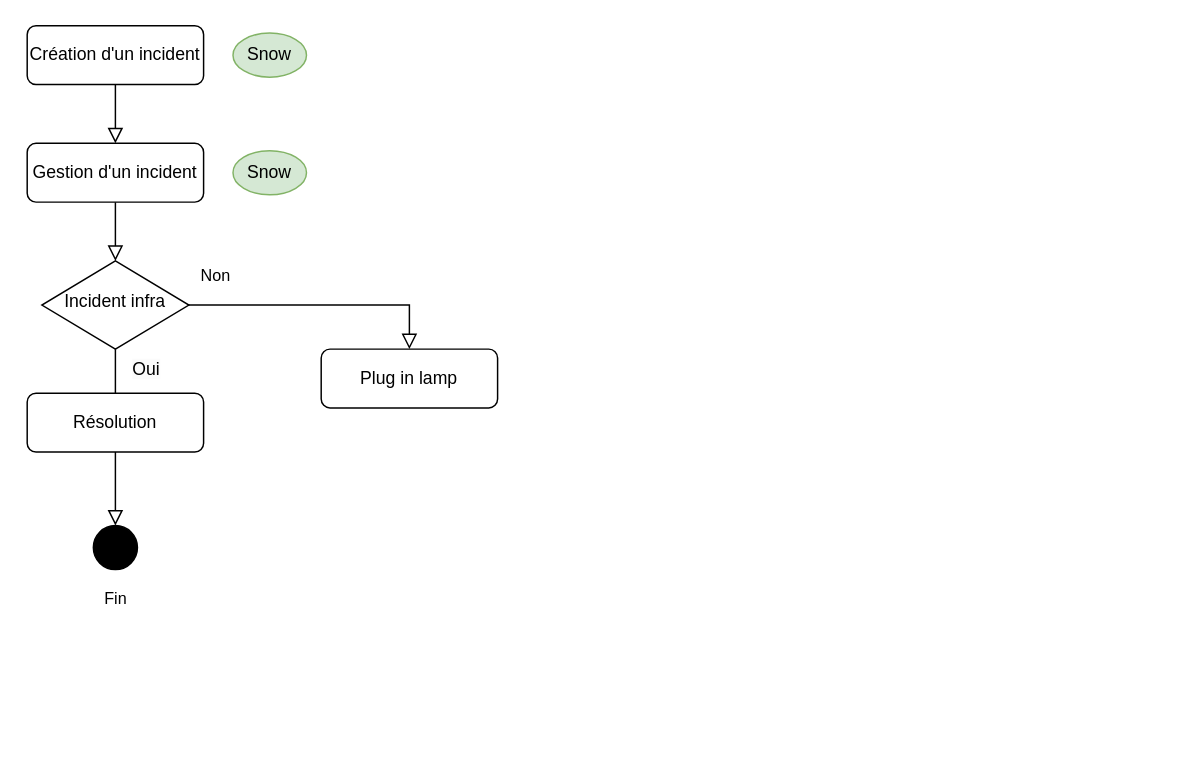
This is diagrammes/Diagramme incident.drawio from mfaurel/drawio, a draw.io file, before an edit. Source tidied: cells renumbered, new cells numbered last; positions are measured from the earlier drawing's top-left corner, leaving out a move shared by most shapes. Both pictures are drawn from the tidied source at 147%, with x=0, y=0 at pixel (26, 25).
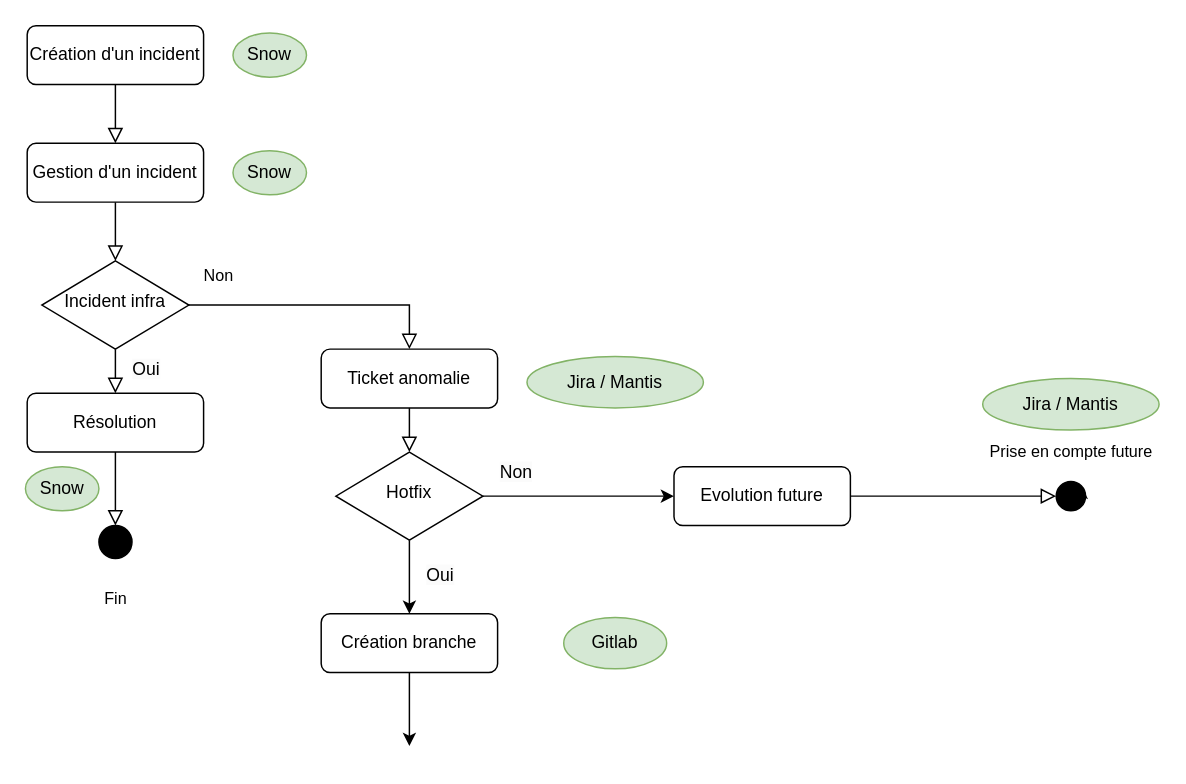
After the change.

Commit message:
Mettre à jour Diagramme incident.drawio

The change refers to these unchanged cells:
```xml
<mxCell id="6" value="Incident infra" style="rhombus;whiteSpace=wrap;html=1;shadow=0;fontFamily=Helvetica;fontSize=12;align=center;strokeWidth=1;spacing=6;spacingTop=-4;" parent="1" vertex="1">
  <mxGeometry x="10" y="160" width="100" height="60" as="geometry" />
</mxCell>
<mxCell id="13" value="Résolution" style="rounded=1;whiteSpace=wrap;html=1;fontSize=12;glass=0;strokeWidth=1;shadow=0;" parent="1" vertex="1">
  <mxGeometry y="250" width="120" height="40" as="geometry" />
</mxCell>
```

What changed in the source:
```diff
@@
-    <mxCell id="4" style="rounded=0;html=1;jettySize=auto;fontSize=11;endArrow=block;endFill=0;endSize=8;strokeWidth=1;shadow=0;labelBackgroundColor=none;edgeStyle=orthogonalEdgeStyle;" parent="1" edge="1" source="6">
-      <mxGeometry x="-1" y="10" relative="1" as="geometry">
-        <mxPoint x="60" y="280" as="targetPoint" />
-      </mxGeometry>
+    <mxCell id="4" style="rounded=0;html=1;jettySize=auto;fontSize=11;endArrow=block;endFill=0;endSize=8;strokeWidth=1;shadow=0;labelBackgroundColor=none;edgeStyle=orthogonalEdgeStyle;entryX=0.5;entryY=0;entryDx=0;entryDy=0;" parent="1" edge="1" source="6" target="13">
+      <mxGeometry x="-1" y="10" relative="1" as="geometry" />
     </mxCell>
     <mxCell id="5" value="Non" style="edgeStyle=orthogonalEdgeStyle;rounded=0;html=1;jettySize=auto;fontSize=11;endArrow=block;endFill=0;endSize=8;strokeWidth=1;shadow=0;labelBackgroundColor=none;entryX=0.5;entryY=0;entryDx=0;entryDy=0;" parent="1" edge="1" source="6" target="7">
-      <mxGeometry x="-0.8" y="20" relative="1" as="geometry">
+      <mxGeometry x="-0.78" y="20" relative="1" as="geometry">
         <Array as="points">
           <mxPoint x="260" y="190" />
         </Array>
       </mxGeometry>
     </mxCell>
@@
-    <mxCell id="7" value="Plug in lamp" style="rounded=1;whiteSpace=wrap;html=1;fontSize=12;glass=0;strokeWidth=1;shadow=0;" parent="1" vertex="1">
+    <mxCell id="7" value="Ticket anomalie" style="rounded=1;whiteSpace=wrap;html=1;fontSize=12;glass=0;strokeWidth=1;shadow=0;" parent="1" vertex="1">
       <mxGeometry x="200" y="220" width="120" height="40" as="geometry" />
     </mxCell>
@@
     <mxCell id="11" style="ellipse;whiteSpace=wrap;html=1;fillColor=#000000;" parent="1" vertex="1">
-      <mxGeometry x="45" y="340" width="30" height="30" as="geometry" />
+      <mxGeometry x="48.8" y="340" width="22.5" height="22.5" as="geometry" />
     </mxCell>
@@
+    <mxCell id="16" value="Jira / Mantis" style="ellipse;whiteSpace=wrap;html=1;fillColor=#d5e8d4;strokeColor=#82b366;" parent="1" vertex="1">
+      <mxGeometry x="340" y="225" width="120" height="35" as="geometry" />
+    </mxCell>
+    <mxCell id="17" style="edgeStyle=orthogonalEdgeStyle;rounded=0;jettySize=auto;html=1;exitX=0.5;exitY=1;exitDx=0;exitDy=0;" parent="1" edge="1" source="19">
+      <mxGeometry relative="1" as="geometry">
+        <mxPoint x="260" y="400" as="targetPoint" />
+      </mxGeometry>
+    </mxCell>
+    <mxCell id="18" style="edgeStyle=orthogonalEdgeStyle;rounded=0;jettySize=auto;html=1;exitX=1;exitY=0.5;exitDx=0;exitDy=0;" parent="1" edge="1" source="19">
+      <mxGeometry relative="1" as="geometry">
+        <mxPoint x="440" y="320" as="targetPoint" />
+      </mxGeometry>
+    </mxCell>
+    <mxCell id="19" value="Hotfix" style="rhombus;whiteSpace=wrap;html=1;shadow=0;fontFamily=Helvetica;fontSize=12;align=center;strokeWidth=1;spacing=6;spacingTop=-4;" parent="1" vertex="1">
+      <mxGeometry x="210" y="290" width="100" height="60" as="geometry" />
+    </mxCell>
+    <mxCell id="20" style="rounded=0;html=1;jettySize=auto;fontSize=11;endArrow=block;endFill=0;endSize=8;strokeWidth=1;shadow=0;labelBackgroundColor=none;edgeStyle=orthogonalEdgeStyle;exitX=0.5;exitY=1;exitDx=0;exitDy=0;entryX=0.5;entryY=0;entryDx=0;entryDy=0;" parent="1" edge="1" source="7" target="19">
+      <mxGeometry x="-1" y="10" relative="1" as="geometry" />
+    </mxCell>
+    <mxCell id="21" value="&lt;span style=&quot;color: rgb(0, 0, 0); font-family: Helvetica; font-style: normal; font-variant-ligatures: normal; font-variant-caps: normal; font-weight: 400; letter-spacing: normal; orphans: 2; text-align: center; text-indent: 0px; text-transform: none; widows: 2; word-spacing: 0px; -webkit-text-stroke-width: 0px; background-color: rgb(251, 251, 251); text-decoration-thickness: initial; text-decoration-style: initial; text-decoration-color: initial; float: none; display: inline !important;&quot;&gt;&lt;font style=&quot;font-size: 12px;&quot;&gt;Oui&lt;/font&gt;&lt;/span&gt;" style="text;whiteSpace=wrap;html=1;strokeColor=none;rounded=1;arcSize=0;" parent="1" vertex="1">
+      <mxGeometry x="270" y="360" width="20" height="20" as="geometry" />
+    </mxCell>
+    <mxCell id="22" value="&lt;span style=&quot;color: rgb(0, 0, 0); font-family: Helvetica; font-style: normal; font-variant-ligatures: normal; font-variant-caps: normal; font-weight: 400; letter-spacing: normal; orphans: 2; text-align: center; text-indent: 0px; text-transform: none; widows: 2; word-spacing: 0px; -webkit-text-stroke-width: 0px; background-color: rgb(251, 251, 251); text-decoration-thickness: initial; text-decoration-style: initial; text-decoration-color: initial; float: none; display: inline !important;&quot;&gt;&lt;font style=&quot;font-size: 12px;&quot;&gt;Non&lt;/font&gt;&lt;/span&gt;" style="text;whiteSpace=wrap;html=1;strokeColor=none;rounded=1;arcSize=0;" parent="1" vertex="1">
+      <mxGeometry x="320" y="290" width="20" height="20" as="geometry" />
+    </mxCell>
+    <mxCell id="23" value="Evolution future" style="rounded=1;whiteSpace=wrap;html=1;fontSize=12;glass=0;strokeWidth=1;shadow=0;" parent="1" vertex="1">
+      <mxGeometry x="440" y="300" width="120" height="40" as="geometry" />
+    </mxCell>
+    <mxCell id="24" value="Prise en compte future" style="rounded=0;html=1;jettySize=auto;fontSize=11;endArrow=block;endFill=0;endSize=8;strokeWidth=1;shadow=0;labelBackgroundColor=none;edgeStyle=orthogonalEdgeStyle;exitX=1;exitY=0.5;exitDx=0;exitDy=0;entryX=0;entryY=0.5;entryDx=0;entryDy=0;" parent="1" edge="1" source="23" target="25">
+      <mxGeometry x="1" y="32" relative="1" as="geometry">
+        <mxPoint x="10" y="2" as="offset" />
+      </mxGeometry>
+    </mxCell>
+    <mxCell id="25" style="ellipse;whiteSpace=wrap;html=1;fillColor=#000000;" parent="1" vertex="1">
+      <mxGeometry x="700" y="310" width="20" height="20" as="geometry" />
+    </mxCell>
+    <mxCell id="26" style="edgeStyle=orthogonalEdgeStyle;rounded=0;orthogonalLoop=1;jettySize=auto;html=1;exitX=1;exitY=1;exitDx=0;exitDy=0;entryX=1;entryY=0;entryDx=0;entryDy=0;" parent="1" edge="1" source="25" target="25">
+      <mxGeometry relative="1" as="geometry" />
+    </mxCell>
+    <mxCell id="27" value="Jira / Mantis" style="ellipse;whiteSpace=wrap;html=1;fillColor=#d5e8d4;strokeColor=#82b366;" parent="1" vertex="1">
+      <mxGeometry x="650" y="240" width="120" height="35" as="geometry" />
+    </mxCell>
+    <mxCell id="28" value="Snow" style="ellipse;whiteSpace=wrap;html=1;fillColor=#d5e8d4;strokeColor=#82b366;" parent="1" vertex="1">
+      <mxGeometry x="-1.2" y="300" width="50" height="30" as="geometry" />
+    </mxCell>
+    <mxCell id="29" value="Création branche" style="rounded=1;whiteSpace=wrap;html=1;fontSize=12;glass=0;strokeWidth=1;shadow=0;" parent="1" vertex="1">
+      <mxGeometry x="200" y="400" width="120" height="40" as="geometry" />
+    </mxCell>
+    <mxCell id="30" style="edgeStyle=orthogonalEdgeStyle;rounded=0;orthogonalLoop=1;jettySize=auto;html=1;exitX=0.5;exitY=1;exitDx=0;exitDy=0;" parent="1" edge="1">
+      <mxGeometry relative="1" as="geometry">
+        <mxPoint x="260" y="440" as="sourcePoint" />
+        <mxPoint x="260" y="490" as="targetPoint" />
+      </mxGeometry>
+    </mxCell>
+    <mxCell id="31" value="Gitlab" style="ellipse;whiteSpace=wrap;html=1;fillColor=#d5e8d4;strokeColor=#82b366;" parent="1" vertex="1">
+      <mxGeometry x="365" y="402.5" width="70" height="35" as="geometry" />
+    </mxCell>
```
